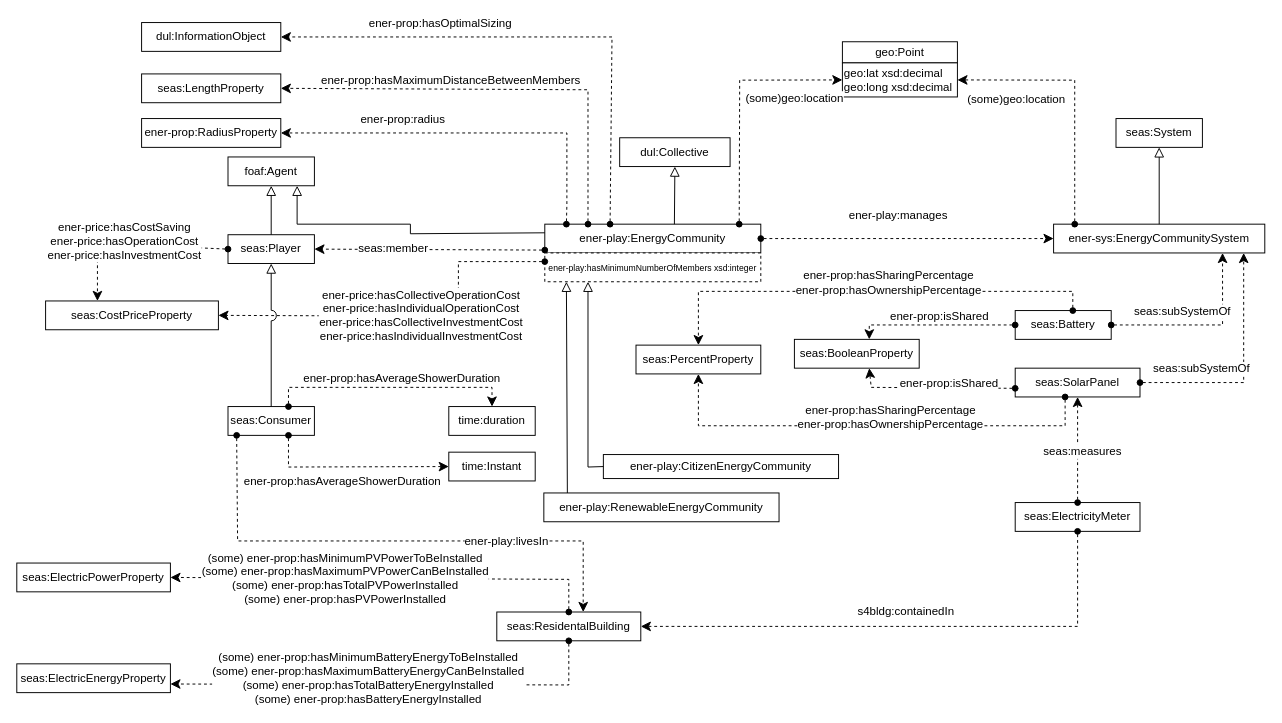
The draw.io diagram page "Sizing" (12 of 12) of SDMPilotsDiagrams/Harmonized-SDM-Pilot2-V1.7.drawio in EnershareProject/EnershareOntologies, before the edit. Source tidied: cells renumbered, new cells numbered last; positions are measured from the earlier drawing's top-left corner, leaving out a move shared by most shapes. Both pictures are drawn from the tidied source at 96%, with x=0, y=0 at pixel (16, 22).
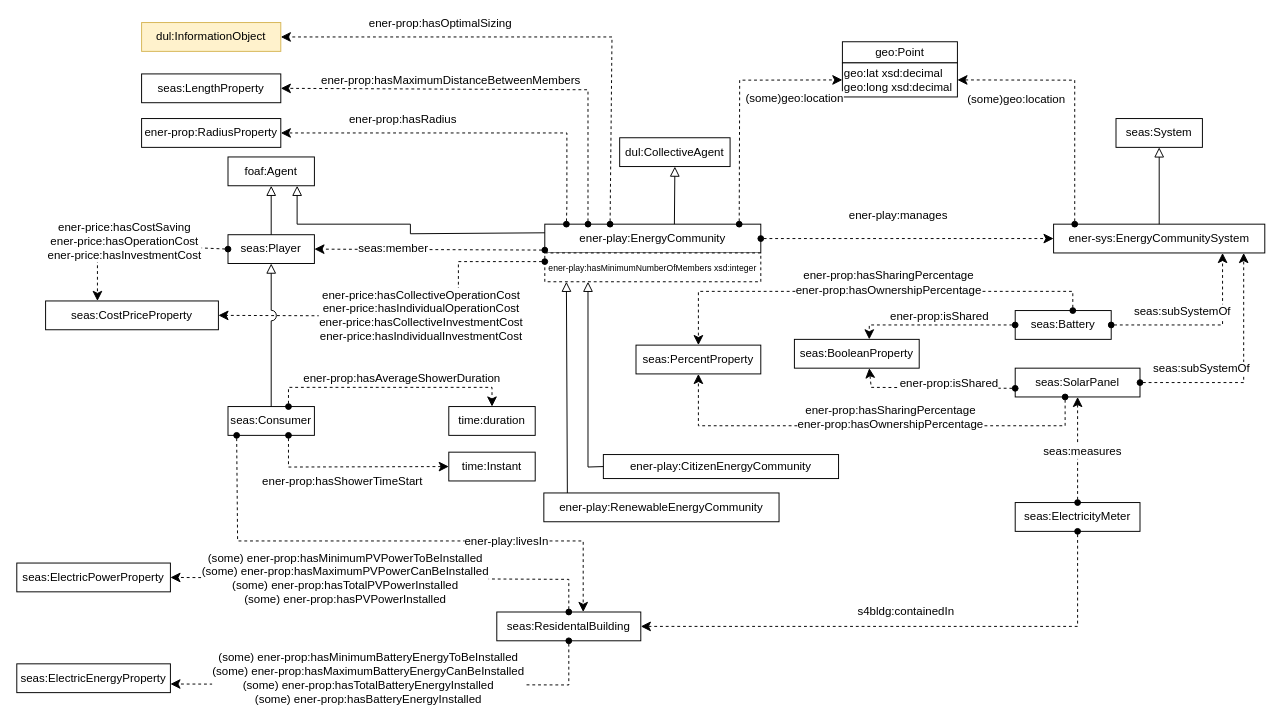
The same diagram, later.

Unchanged cells that the change refers to:
```xml
<mxCell id="36" style="endArrow=classic;html=1;endSize=8;arcSize=0;rounded=0;dashed=1;startArrow=oval;startFill=1;entryX=1;entryY=0.5;entryDx=0;entryDy=0;exitX=0.1;exitY=0;exitDx=0;exitDy=0;" parent="1" edge="1" source="2" target="35">
  <mxGeometry relative="1" as="geometry">
    <Array as="points">
      <mxPoint x="573" y="190" />
      <mxPoint x="573" y="115" />
      <mxPoint x="460" y="115" />
    </Array>
  </mxGeometry>
</mxCell>
<mxCell id="76" style="endArrow=classic;html=1;endSize=8;arcSize=0;rounded=0;dashed=1;startArrow=oval;startFill=1;entryX=0;entryY=0.5;entryDx=0;entryDy=0;exitX=0.7;exitY=1;exitDx=0;exitDy=0;" parent="1" edge="1" source="43" target="75">
  <mxGeometry relative="1" as="geometry">
    <Array as="points">
      <mxPoint x="283" y="463" />
    </Array>
  </mxGeometry>
</mxCell>
```

What changed in the source:
```diff
@@
-    <mxCell id="4" value="dul:Collective" style="rounded=0;whiteSpace=wrap;html=1;snapToPoint=1;points=[[0.1,0],[0.2,0],[0.3,0],[0.4,0],[0.5,0],[0.6,0],[0.7,0],[0.8,0],[0.9,0],[0,0.1],[0,0.3],[0,0.5],[0,0.7],[0,0.9],[0.1,1],[0.2,1],[0.3,1],[0.4,1],[0.5,1],[0.6,1],[0.7,1],[0.8,1],[0.9,1],[1,0.1],[1,0.3],[1,0.5],[1,0.7],[1,0.9]];" parent="1" vertex="1">
+    <mxCell id="4" value="dul:CollectiveAgent" style="rounded=0;whiteSpace=wrap;html=1;snapToPoint=1;points=[[0.1,0],[0.2,0],[0.3,0],[0.4,0],[0.5,0],[0.6,0],[0.7,0],[0.8,0],[0.9,0],[0,0.1],[0,0.3],[0,0.5],[0,0.7],[0,0.9],[0.1,1],[0.2,1],[0.3,1],[0.4,1],[0.5,1],[0.6,1],[0.7,1],[0.8,1],[0.9,1],[1,0.1],[1,0.3],[1,0.5],[1,0.7],[1,0.9]];" parent="1" vertex="1">
       <mxGeometry x="628" y="120" width="115" height="30" as="geometry" />
     </mxCell>
@@
-    <mxCell id="37" value="ener-prop:radius" style="text;html=1;align=center;verticalAlign=middle;labelBackgroundColor=#ffffff;" parent="36" vertex="1">
+    <mxCell id="37" value="ener-prop:hasRadius" style="text;html=1;align=center;verticalAlign=middle;labelBackgroundColor=#ffffff;" parent="36" vertex="1">
       <mxGeometry x="-0.13" relative="1" as="geometry">
         <mxPoint x="-96" y="-15" as="offset" />
       </mxGeometry>
     </mxCell>
@@
-    <mxCell id="59" value="dul:InformationObject" style="rounded=0;whiteSpace=wrap;html=1;snapToPoint=1;points=[[0.1,0],[0.2,0],[0.3,0],[0.4,0],[0.5,0],[0.6,0],[0.7,0],[0.8,0],[0.9,0],[0,0.1],[0,0.3],[0,0.5],[0,0.7],[0,0.9],[0.1,1],[0.2,1],[0.3,1],[0.4,1],[0.5,1],[0.6,1],[0.7,1],[0.8,1],[0.9,1],[1,0.1],[1,0.3],[1,0.5],[1,0.7],[1,0.9]];" parent="1" vertex="1">
+    <mxCell id="59" value="dul:InformationObject" style="rounded=0;whiteSpace=wrap;html=1;snapToPoint=1;points=[[0.1,0],[0.2,0],[0.3,0],[0.4,0],[0.5,0],[0.6,0],[0.7,0],[0.8,0],[0.9,0],[0,0.1],[0,0.3],[0,0.5],[0,0.7],[0,0.9],[0.1,1],[0.2,1],[0.3,1],[0.4,1],[0.5,1],[0.6,1],[0.7,1],[0.8,1],[0.9,1],[1,0.1],[1,0.3],[1,0.5],[1,0.7],[1,0.9]];fillColor=#fff2cc;strokeColor=#d6b656;" parent="1" vertex="1">
       <mxGeometry x="130" width="145" height="30" as="geometry" />
     </mxCell>
@@
-    <mxCell id="77" value="ener-prop:hasAverageShowerDuration" style="text;html=1;align=center;verticalAlign=middle;labelBackgroundColor=#ffffff;" parent="76" vertex="1">
+    <mxCell id="77" value="ener-prop:hasShowerTimeStart" style="text;html=1;align=center;verticalAlign=middle;labelBackgroundColor=#ffffff;" parent="76" vertex="1">
       <mxGeometry x="-0.13" relative="1" as="geometry">
         <mxPoint x="2" y="15" as="offset" />
       </mxGeometry>
     </mxCell>
```
